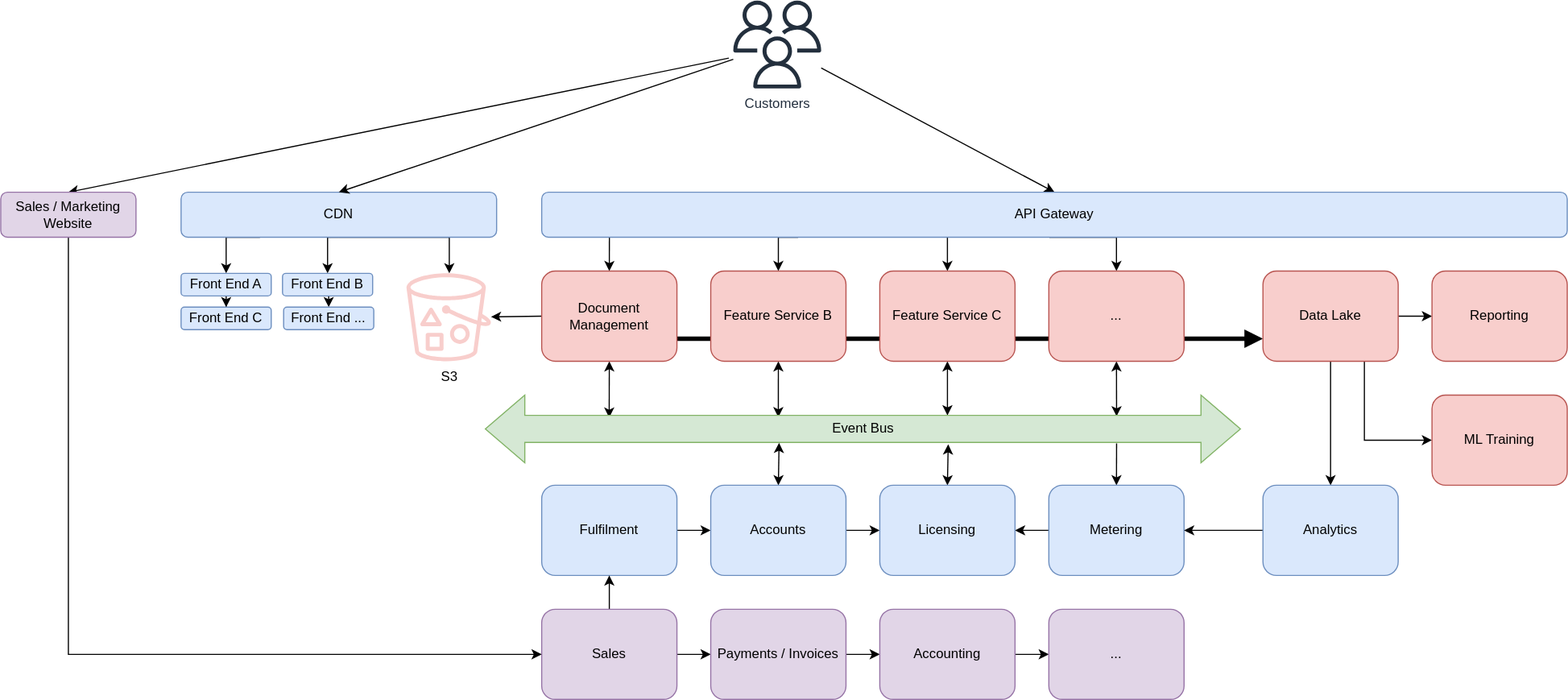
Above: assets/images/sass-architecture.svg in TheCandidStartup/TheCandidStartup.github.io (draw.io), before the change. Source tidied: cells renumbered, new cells last; positions are measured from the earlier drawing's top-left corner, leaving out a move shared by most shapes.
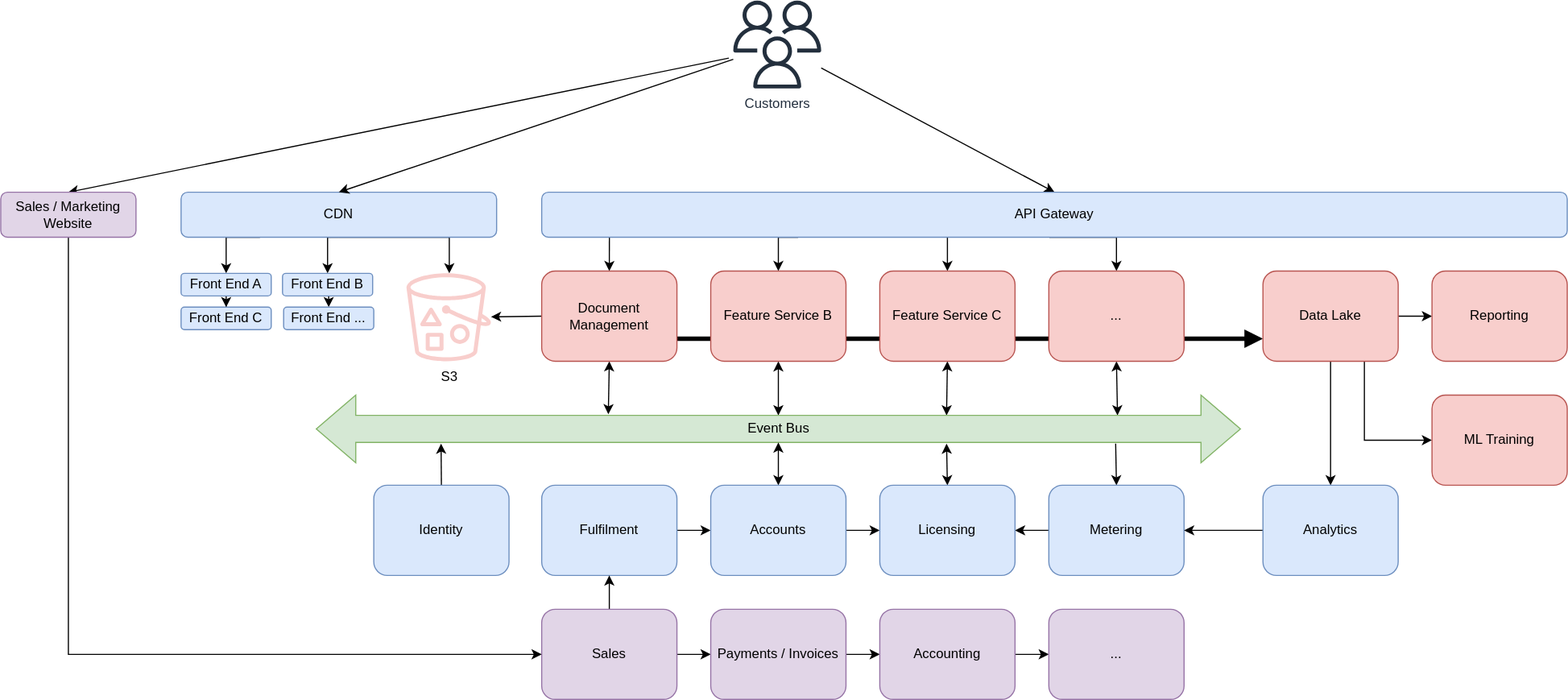
After the commit.

Diff of the diagram source:
```diff
@@ -12,7 +12,7 @@
     <mxCell id="3" style="edgeStyle=none;rounded=0;jettySize=auto;html=1;exitX=0.5;exitY=0;exitDx=0;exitDy=0;entryX=0.066;entryY=1;entryDx=0;entryDy=0;entryPerimeter=0;startArrow=classic;startFill=1;endArrow=none;endFill=0;" parent="1" edge="1" source="7" target="29">
       <mxGeometry relative="1" as="geometry" />
     </mxCell>
-    <mxCell id="4" style="rounded=0;jettySize=auto;html=1;exitX=0.5;exitY=1;exitDx=0;exitDy=0;entryX=0.164;entryY=0.333;entryDx=0;entryDy=0;entryPerimeter=0;startArrow=classic;startFill=1;endArrow=classic;endFill=1;" parent="1" edge="1" source="7" target="17">
+    <mxCell id="4" style="rounded=0;jettySize=auto;html=1;exitX=0.5;exitY=1;exitDx=0;exitDy=0;entryX=0.316;entryY=0.283;entryDx=0;entryDy=0;entryPerimeter=0;startArrow=classic;startFill=1;endArrow=classic;endFill=1;" parent="1" edge="1" source="7" target="17">
       <mxGeometry relative="1" as="geometry" />
     </mxCell>
     <mxCell id="5" style="edgeStyle=none;rounded=0;jettySize=auto;html=1;exitX=0;exitY=0.5;exitDx=0;exitDy=0;startArrow=none;startFill=0;endArrow=classic;endFill=1;" parent="1" edge="1" source="7" target="33">
@@ -31,7 +31,7 @@
         </Array>
       </mxGeometry>
     </mxCell>
-    <mxCell id="9" style="edgeStyle=none;rounded=0;jettySize=auto;html=1;exitX=0.5;exitY=1;exitDx=0;exitDy=0;entryX=0.388;entryY=0.328;entryDx=0;entryDy=0;entryPerimeter=0;startArrow=classic;startFill=1;endArrow=classic;endFill=1;" parent="1" edge="1" source="10" target="17">
+    <mxCell id="9" style="edgeStyle=none;rounded=0;jettySize=auto;html=1;exitX=0.5;exitY=1;exitDx=0;exitDy=0;entryX=0.5;entryY=0;entryDx=0;entryDy=18;entryPerimeter=0;startArrow=classic;startFill=1;endArrow=classic;endFill=1;" parent="1" edge="1" source="10" target="17">
       <mxGeometry relative="1" as="geometry" />
     </mxCell>
     <mxCell id="10" value="Feature Service B" style="rounded=1;whiteSpace=wrap;html=1;fillColor=#f8cecc;strokeColor=#b85450;" parent="1" vertex="1">
@@ -44,7 +44,7 @@
         </Array>
       </mxGeometry>
     </mxCell>
-    <mxCell id="12" style="edgeStyle=none;rounded=0;jettySize=auto;html=1;exitX=0.5;exitY=1;exitDx=0;exitDy=0;entryX=0.836;entryY=0.314;entryDx=0;entryDy=0;entryPerimeter=0;startArrow=classic;startFill=1;endArrow=classic;endFill=1;" parent="1" edge="1" source="13" target="17">
+    <mxCell id="12" style="edgeStyle=none;rounded=0;jettySize=auto;html=1;exitX=0.5;exitY=1;exitDx=0;exitDy=0;entryX=0.867;entryY=0.3;entryDx=0;entryDy=0;entryPerimeter=0;startArrow=classic;startFill=1;endArrow=classic;endFill=1;" parent="1" edge="1" source="13" target="17">
       <mxGeometry relative="1" as="geometry" />
     </mxCell>
     <mxCell id="13" value="..." style="rounded=1;whiteSpace=wrap;html=1;fillColor=#f8cecc;strokeColor=#b85450;" parent="1" vertex="1">
@@ -58,14 +58,14 @@
         </Array>
       </mxGeometry>
     </mxCell>
-    <mxCell id="15" style="edgeStyle=none;rounded=0;jettySize=auto;html=1;exitX=0.5;exitY=1;exitDx=0;exitDy=0;entryX=0.612;entryY=0.3;entryDx=0;entryDy=0;entryPerimeter=0;startArrow=classic;startFill=1;endArrow=classic;endFill=1;" parent="1" edge="1" source="16" target="17">
+    <mxCell id="15" style="edgeStyle=none;rounded=0;jettySize=auto;html=1;exitX=0.5;exitY=1;exitDx=0;exitDy=0;entryX=0.682;entryY=0.3;entryDx=0;entryDy=0;entryPerimeter=0;startArrow=classic;startFill=1;endArrow=classic;endFill=1;" parent="1" edge="1" source="16" target="17">
       <mxGeometry relative="1" as="geometry" />
     </mxCell>
     <mxCell id="16" value="Feature Service C" style="rounded=1;whiteSpace=wrap;html=1;fillColor=#f8cecc;strokeColor=#b85450;" parent="1" vertex="1">
       <mxGeometry x="780" y="240" width="120" height="80" as="geometry" />
     </mxCell>
     <mxCell id="17" value="Event Bus" style="html=1;shadow=0;dashed=0;align=center;verticalAlign=middle;shape=mxgraph.arrows2.twoWayArrow;dy=0.6;dx=35;fillColor=#d5e8d4;strokeColor=#82b366;" parent="1" vertex="1">
-      <mxGeometry x="430" y="350" width="670" height="60" as="geometry" />
+      <mxGeometry x="280" y="350" width="820" height="60" as="geometry" />
     </mxCell>
     <mxCell id="18" style="edgeStyle=none;rounded=0;jettySize=auto;html=1;exitX=1;exitY=0.5;exitDx=0;exitDy=0;startArrow=none;startFill=0;endArrow=classic;endFill=1;" parent="1" edge="1" source="19" target="22">
       <mxGeometry relative="1" as="geometry" />
@@ -73,7 +73,7 @@
     <mxCell id="19" value="Fulfilment" style="rounded=1;whiteSpace=wrap;html=1;fillColor=#dae8fc;strokeColor=#6c8ebf;" parent="1" vertex="1">
       <mxGeometry x="480" y="430" width="120" height="80" as="geometry" />
     </mxCell>
-    <mxCell id="20" style="rounded=0;jettySize=auto;html=1;exitX=0.5;exitY=0;exitDx=0;exitDy=0;entryX=0.389;entryY=0.706;entryDx=0;entryDy=0;entryPerimeter=0;startArrow=classic;startFill=1;endArrow=classic;endFill=1;" parent="1" edge="1" source="22" target="17">
+    <mxCell id="20" style="rounded=0;jettySize=auto;html=1;exitX=0.5;exitY=0;exitDx=0;exitDy=0;entryX=0.5;entryY=0;entryDx=0;entryDy=42;entryPerimeter=0;startArrow=classic;startFill=1;endArrow=classic;endFill=1;" parent="1" edge="1" source="22" target="17">
       <mxGeometry relative="1" as="geometry" />
     </mxCell>
     <mxCell id="21" style="edgeStyle=none;rounded=0;jettySize=auto;html=1;exitX=1;exitY=0.5;exitDx=0;exitDy=0;entryX=0;entryY=0.5;entryDx=0;entryDy=0;startArrow=none;startFill=0;endArrow=classic;endFill=1;" parent="1" edge="1" source="22" target="27">
@@ -85,13 +85,13 @@
     <mxCell id="23" style="edgeStyle=orthogonalEdgeStyle;rounded=0;jettySize=auto;html=1;exitX=0;exitY=0.5;exitDx=0;exitDy=0;startArrow=none;startFill=0;endArrow=classic;endFill=1;" parent="1" edge="1" source="25" target="27">
       <mxGeometry relative="1" as="geometry" />
     </mxCell>
-    <mxCell id="24" style="edgeStyle=orthogonalEdgeStyle;rounded=0;jettySize=auto;html=1;exitX=0.5;exitY=0;exitDx=0;exitDy=0;entryX=0.836;entryY=0.716;entryDx=0;entryDy=0;entryPerimeter=0;startArrow=classic;startFill=1;endArrow=none;endFill=0;" parent="1" edge="1" source="25" target="17">
+    <mxCell id="24" style="rounded=0;jettySize=auto;html=1;exitX=0.5;exitY=0;exitDx=0;exitDy=0;entryX=0.865;entryY=0.717;entryDx=0;entryDy=0;entryPerimeter=0;startArrow=classic;startFill=1;endArrow=none;endFill=0;" parent="1" edge="1" source="25" target="17">
       <mxGeometry relative="1" as="geometry" />
     </mxCell>
     <mxCell id="25" value="Metering" style="rounded=1;whiteSpace=wrap;html=1;fillColor=#dae8fc;strokeColor=#6c8ebf;" parent="1" vertex="1">
       <mxGeometry x="930" y="430" width="120" height="80" as="geometry" />
     </mxCell>
-    <mxCell id="26" style="edgeStyle=orthogonalEdgeStyle;rounded=0;jettySize=auto;html=1;exitX=0.5;exitY=0;exitDx=0;exitDy=0;entryX=0.613;entryY=0.728;entryDx=0;entryDy=0;entryPerimeter=0;startArrow=classic;startFill=1;endArrow=classic;endFill=1;" parent="1" edge="1" source="27" target="17">
+    <mxCell id="26" style="rounded=0;jettySize=auto;html=1;exitX=0.5;exitY=0;exitDx=0;exitDy=0;entryX=0.682;entryY=0.717;entryDx=0;entryDy=0;entryPerimeter=0;startArrow=classic;startFill=1;endArrow=classic;endFill=1;" parent="1" edge="1" source="27" target="17">
       <mxGeometry relative="1" as="geometry" />
     </mxCell>
     <mxCell id="27" value="Licensing" style="rounded=1;whiteSpace=wrap;html=1;fillColor=#dae8fc;strokeColor=#6c8ebf;" parent="1" vertex="1">
@@ -200,5 +200,11 @@
     <mxCell id="60" style="rounded=0;jettySize=auto;html=1;exitX=0.5;exitY=0;exitDx=0;exitDy=0;startArrow=classic;startFill=1;endArrow=none;endFill=0;" parent="1" edge="1" source="32" target="51">
       <mxGeometry relative="1" as="geometry" />
     </mxCell>
+    <mxCell id="61" style="edgeStyle=none;rounded=0;jettySize=auto;html=1;exitX=0.5;exitY=0;exitDx=0;exitDy=0;entryX=0.135;entryY=0.717;entryDx=0;entryDy=0;entryPerimeter=0;strokeWidth=1;startArrow=none;startFill=0;endArrow=classic;endFill=1;" parent="1" edge="1" source="62" target="17">
+      <mxGeometry relative="1" as="geometry" />
+    </mxCell>
+    <mxCell id="62" value="Identity" style="rounded=1;whiteSpace=wrap;html=1;fillColor=#dae8fc;strokeColor=#6c8ebf;" parent="1" vertex="1">
+      <mxGeometry x="331" y="430" width="120" height="80" as="geometry" />
+    </mxCell>
   </root>
 </mxGraphModel>
```
